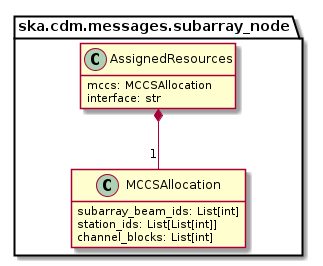
The PlantUML diagram docs/src/developer/subarraynode/assignedresources.png in ska-telescope/cdm-shared-library, before a commit. Source of this version:
```plantuml
@startuml
hide empty members

package ska.cdm.messages.subarray_node {

        class MCCSAllocation {
            subarray_beam_ids: List[int]
            station_ids: List[List[int]]
            channel_blocks: List[int]
        }

        class AssignedResources {
            mccs: MCCSAllocation
            interface: str
        }

        AssignedResources *-- "1" MCCSAllocation
}
@enduml
```
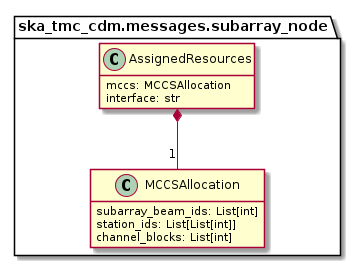
After the commit.

Diff of the diagram source:
```diff
@@ -1,7 +1,7 @@
 @startuml
 hide empty members
 
-package ska.cdm.messages.subarray_node {
+package ska_tmc_cdm.messages.subarray_node {
 
         class MCCSAllocation {
             subarray_beam_ids: List[int]
```
